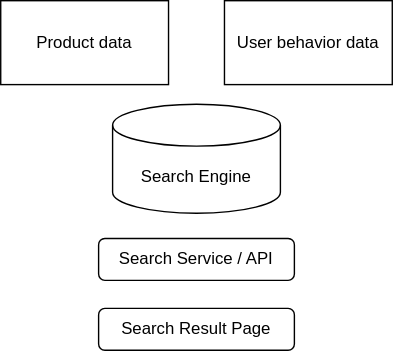
The draw.io diagram data_product_insert.drawio.svg in data-and-cloud/draw-io, before a commit. Source tidied: cells renumbered, new cells last; positions are measured from the earlier drawing's top-left corner, leaving out a move shared by most shapes. Its diagram source:
```xml
<mxGraphModel>
  <root>
    <mxCell id="0" />
    <mxCell id="1" parent="0" />
    <mxCell id="2" value="Product data" style="rounded=0;whiteSpace=wrap;html=1;" parent="1" vertex="1">
      <mxGeometry width="120" height="60" as="geometry" />
    </mxCell>
    <mxCell id="3" value="User behavior data" style="rounded=0;whiteSpace=wrap;html=1;" parent="1" vertex="1">
      <mxGeometry x="160" width="120" height="60" as="geometry" />
    </mxCell>
    <mxCell id="4" value="Search Engine" style="shape=cylinder3;whiteSpace=wrap;html=1;boundedLbl=1;backgroundOutline=1;size=15;" parent="1" vertex="1">
      <mxGeometry x="80" y="74" width="120" height="78" as="geometry" />
    </mxCell>
    <mxCell id="5" value="Search Service / API" style="rounded=1;whiteSpace=wrap;html=1;" parent="1" vertex="1">
      <mxGeometry x="70" y="170" width="140" height="30" as="geometry" />
    </mxCell>
    <mxCell id="6" value="Search Result Page" style="rounded=1;whiteSpace=wrap;html=1;" parent="1" vertex="1">
      <mxGeometry x="70" y="220" width="140" height="30" as="geometry" />
    </mxCell>
  </root>
</mxGraphModel>
```
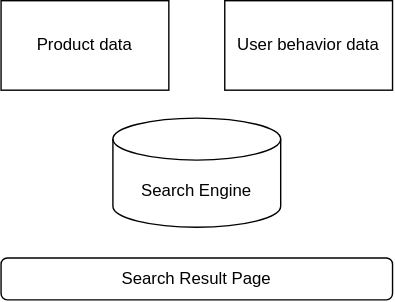
After the commit.

Change to the diagram source:
```diff
@@ -3,19 +3,16 @@
     <mxCell id="0" />
     <mxCell id="1" parent="0" />
     <mxCell id="2" value="Product data" style="rounded=0;whiteSpace=wrap;html=1;" parent="1" vertex="1">
-      <mxGeometry width="120" height="60" as="geometry" />
+      <mxGeometry y="19" width="120" height="64" as="geometry" />
     </mxCell>
     <mxCell id="3" value="User behavior data" style="rounded=0;whiteSpace=wrap;html=1;" parent="1" vertex="1">
-      <mxGeometry x="160" width="120" height="60" as="geometry" />
+      <mxGeometry x="160" y="19" width="120" height="64" as="geometry" />
     </mxCell>
     <mxCell id="4" value="Search Engine" style="shape=cylinder3;whiteSpace=wrap;html=1;boundedLbl=1;backgroundOutline=1;size=15;" parent="1" vertex="1">
-      <mxGeometry x="80" y="74" width="120" height="78" as="geometry" />
+      <mxGeometry x="80" y="103" width="120" height="78" as="geometry" />
     </mxCell>
-    <mxCell id="5" value="Search Service / API" style="rounded=1;whiteSpace=wrap;html=1;" parent="1" vertex="1">
-      <mxGeometry x="70" y="170" width="140" height="30" as="geometry" />
-    </mxCell>
     <mxCell id="6" value="Search Result Page" style="rounded=1;whiteSpace=wrap;html=1;" parent="1" vertex="1">
-      <mxGeometry x="70" y="220" width="140" height="30" as="geometry" />
+      <mxGeometry y="203" width="280" height="30" as="geometry" />
     </mxCell>
   </root>
 </mxGraphModel>
```
